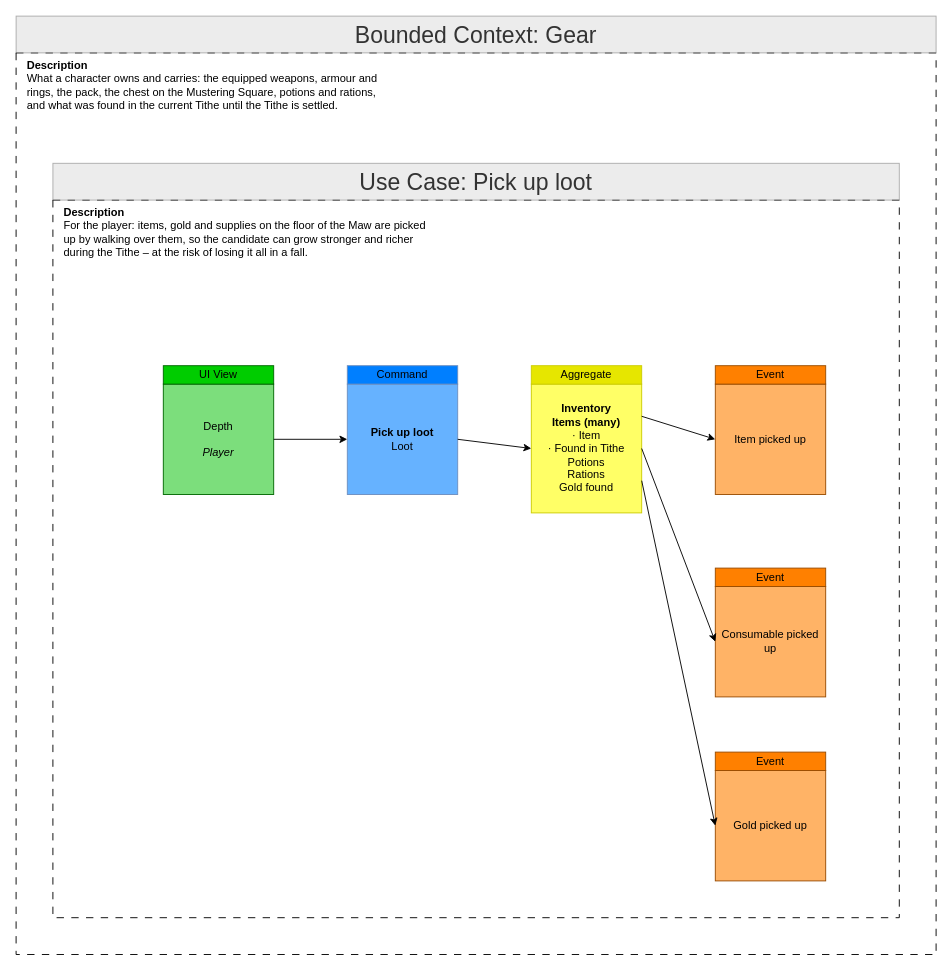
Before: ProductOwner/contexts/gear/models/Feature-006-pick-up-loot.drawio in tokeboisen/themaw, a draw.io diagram. Source tidied: cells renumbered, new cells numbered last; positions are measured from the earlier drawing's top-left corner, leaving out a move shared by most shapes. Both pictures are drawn from the tidied source at 92%, with x=0, y=0 at pixel (16, 16).
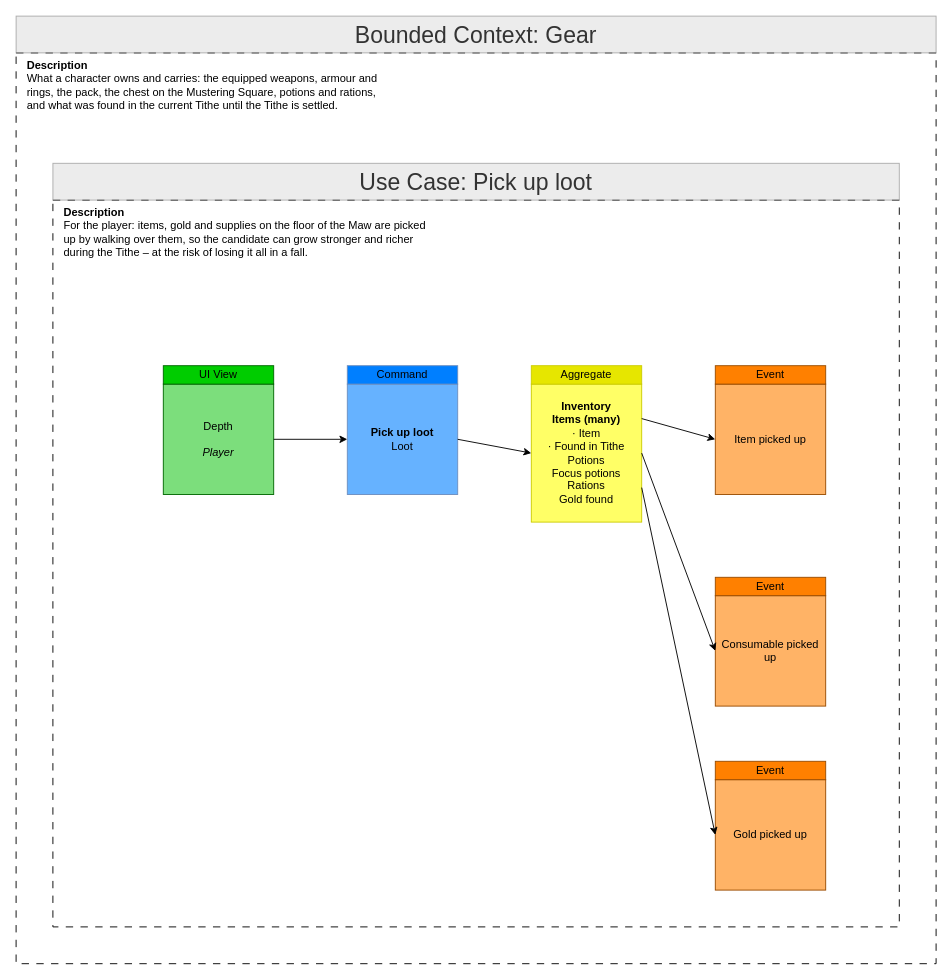
The same diagram, later.

Change to the diagram source:
```diff
@@
     <mxCell id="2" style="rounded=0;whiteSpace=wrap;html=1;fillColor=none;dashed=1;dashPattern=8 8;" parent="1" vertex="1">
-      <mxGeometry y="40" width="1000" height="980" as="geometry" />
+      <mxGeometry y="40" width="1000" height="990" as="geometry" />
     </mxCell>
@@
     <mxCell id="5" style="rounded=0;whiteSpace=wrap;html=1;fillColor=none;dashed=1;dashPattern=8 8;" parent="1" vertex="1">
-      <mxGeometry x="40" y="200" width="920" height="780" as="geometry" />
+      <mxGeometry x="40" y="200" width="920" height="790" as="geometry" />
     </mxCell>
@@
-    <mxCell id="12" value="&lt;b&gt;Inventory&lt;/b&gt;&lt;br&gt;&lt;b&gt;Items (many)&lt;/b&gt;&lt;br&gt;· Item&lt;br&gt;· Found in Tithe&lt;br&gt;Potions&lt;br&gt;Rations&lt;br&gt;Gold found" style="rounded=0;whiteSpace=wrap;html=1;labelBackgroundColor=none;fillColor=#FFFF66;strokeColor=#CCCC00;" parent="1" vertex="1">
-      <mxGeometry x="560" y="400" width="120" height="140" as="geometry" />
+    <mxCell id="12" value="&lt;b&gt;Inventory&lt;/b&gt;&lt;br&gt;&lt;b&gt;Items (many)&lt;/b&gt;&lt;br&gt;· Item&lt;br&gt;· Found in Tithe&lt;br&gt;Potions&lt;br&gt;Focus potions&lt;br&gt;Rations&lt;br&gt;Gold found" style="rounded=0;whiteSpace=wrap;html=1;labelBackgroundColor=none;fillColor=#FFFF66;strokeColor=#CCCC00;" parent="1" vertex="1">
+      <mxGeometry x="560" y="400" width="120" height="150" as="geometry" />
     </mxCell>
@@
     <mxCell id="16" value="Consumable picked up" style="rounded=0;whiteSpace=wrap;html=1;labelBackgroundColor=none;fillColor=#FFB366;strokeColor=#994C00;" parent="1" vertex="1">
-      <mxGeometry x="760" y="620" width="120" height="120" as="geometry" />
+      <mxGeometry x="760" y="630" width="120" height="120" as="geometry" />
     </mxCell>
     <mxCell id="17" value="Event" style="rounded=0;whiteSpace=wrap;html=1;labelBackgroundColor=none;fillColor=#FF8000;strokeColor=#994C00;" parent="1" vertex="1">
-      <mxGeometry x="760" y="600" width="120" height="20" as="geometry" />
+      <mxGeometry x="760" y="610" width="120" height="20" as="geometry" />
     </mxCell>
     <mxCell id="18" value="Gold picked up" style="rounded=0;whiteSpace=wrap;html=1;labelBackgroundColor=none;fillColor=#FFB366;strokeColor=#994C00;" parent="1" vertex="1">
-      <mxGeometry x="760" y="820" width="120" height="120" as="geometry" />
+      <mxGeometry x="760" y="830" width="120" height="120" as="geometry" />
     </mxCell>
     <mxCell id="19" value="Event" style="rounded=0;whiteSpace=wrap;html=1;labelBackgroundColor=none;fillColor=#FF8000;strokeColor=#994C00;" parent="1" vertex="1">
-      <mxGeometry x="760" y="800" width="120" height="20" as="geometry" />
+      <mxGeometry x="760" y="810" width="120" height="20" as="geometry" />
     </mxCell>
```
